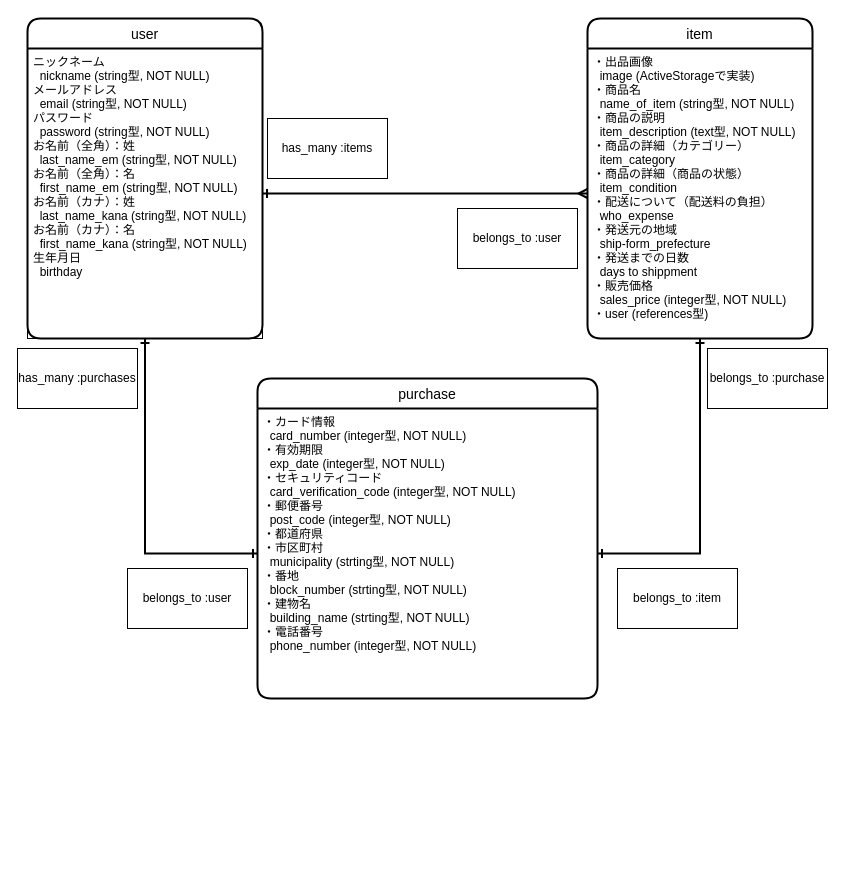
This is ER.dio from w8u8w/furima-33943, a draw.io file, before an edit. Source tidied: cells renumbered, new cells numbered last; positions are measured from the earlier drawing's top-left corner, leaving out a move shared by most shapes. Both pictures are drawn from the tidied source at 100%, with x=0, y=0 at pixel (17, 18).
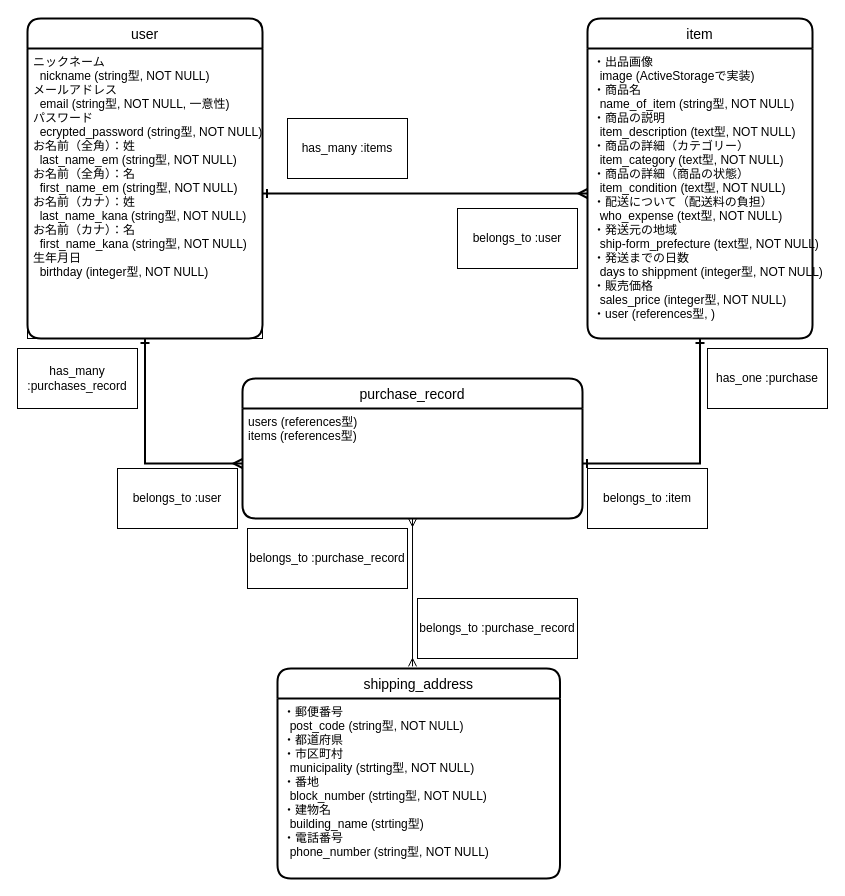
Above is the later version.

Commit message:
ER図におけるテーブルの見直し

The change refers to these unchanged cells:
```xml
<mxCell id="2" value="user" style="swimlane;horizontal=1;startSize=30;rounded=1;fontSize=14;fontStyle=0;strokeWidth=2;shadow=0;dashed=0;align=center;" parent="1" vertex="1">
  <mxGeometry x="10" width="235" height="320" as="geometry" />
</mxCell>
<mxCell id="4" value="item" style="swimlane;horizontal=1;startSize=30;rounded=1;fontSize=14;fontStyle=0;strokeWidth=2;shadow=0;dashed=0;align=center;" parent="1" vertex="1">
  <mxGeometry x="570" width="225" height="320" as="geometry" />
</mxCell>
```

The edit, as a diff of the source:
```diff
@@
-    <mxCell id="3" value="ニックネーム&#10;  nickname (string型, NOT NULL)&#10;メールアドレス&#10;  email (string型, NOT NULL)&#10;パスワード&#10;  password (string型, NOT NULL)&#10;お名前（全角）：姓&#10;  last_name_em (string型, NOT NULL)&#10;お名前（全角）：名&#10;  first_name_em (string型, NOT NULL)&#10;お名前（カナ）：姓&#10;  last_name_kana (string型, NOT NULL)&#10;お名前（カナ）：名&#10;  first_name_kana (string型, NOT NULL)&#10;生年月日&#10;  birthday" style="align=left;fillColor=none;spacingLeft=4;fontSize=12;verticalAlign=top;rounded=0;" parent="2" vertex="1">
+    <mxCell id="3" value="ニックネーム&#10;  nickname (string型, NOT NULL)&#10;メールアドレス&#10;  email (string型, NOT NULL, 一意性)&#10;パスワード&#10;  ecrypted_password (string型, NOT NULL)&#10;お名前（全角）：姓&#10;  last_name_em (string型, NOT NULL)&#10;お名前（全角）：名&#10;  first_name_em (string型, NOT NULL)&#10;お名前（カナ）：姓&#10;  last_name_kana (string型, NOT NULL)&#10;お名前（カナ）：名&#10;  first_name_kana (string型, NOT NULL)&#10;生年月日&#10;  birthday (integer型, NOT NULL)" style="align=left;fillColor=none;spacingLeft=4;fontSize=12;verticalAlign=top;rounded=0;" parent="2" vertex="1">
       <mxGeometry y="30" width="235" height="290" as="geometry" />
     </mxCell>
@@
-    <mxCell id="5" value="・出品画像&#10;  image (ActiveStorageで実装)&#10;・商品名&#10;  name_of_item (string型, NOT NULL)&#10;・商品の説明&#10;  item_description (text型, NOT NULL)&#10;・商品の詳細（カテゴリー）&#10;  item_category&#10;・商品の詳細（商品の状態）&#10;  item_condition&#10;・配送について（配送料の負担）&#10;  who_expense&#10;・発送元の地域&#10;  ship-form_prefecture&#10;・発送までの日数&#10;  days to shippment&#10;・販売価格&#10;  sales_price (integer型, NOT NULL)&#10;・user (references型)" style="align=left;strokeColor=none;fillColor=none;spacingLeft=4;fontSize=12;verticalAlign=top;" parent="4" vertex="1">
+    <mxCell id="5" value="・出品画像&#10;  image (ActiveStorageで実装)&#10;・商品名&#10;  name_of_item (string型, NOT NULL)&#10;・商品の説明&#10;  item_description (text型, NOT NULL)&#10;・商品の詳細（カテゴリー）&#10;  item_category (text型, NOT NULL)&#10;・商品の詳細（商品の状態）&#10;  item_condition (text型, NOT NULL)&#10;・配送について（配送料の負担）&#10;  who_expense (text型, NOT NULL)&#10;・発送元の地域&#10;  ship-form_prefecture (text型, NOT NULL)&#10;・発送までの日数&#10;  days to shippment (integer型, NOT NULL)&#10;・販売価格&#10;  sales_price (integer型, NOT NULL)&#10;・user (references型, )" style="align=left;strokeColor=none;fillColor=none;spacingLeft=4;fontSize=12;verticalAlign=top;" parent="4" vertex="1">
       <mxGeometry y="30" width="225" height="290" as="geometry" />
     </mxCell>
-    <mxCell id="6" style="rounded=0;jettySize=auto;html=1;exitX=0;exitY=0.5;exitDx=0;exitDy=0;entryX=0.5;entryY=1;entryDx=0;entryDy=0;startArrow=ERone;startFill=0;endArrow=ERone;endFill=0;strokeColor=#000000;strokeWidth=2;edgeStyle=orthogonalEdgeStyle;" parent="1" edge="1" source="9" target="3">
+    <mxCell id="6" style="rounded=0;jettySize=auto;html=1;exitX=0;exitY=0.5;exitDx=0;exitDy=0;entryX=0.5;entryY=1;entryDx=0;entryDy=0;startArrow=ERmany;startFill=0;endArrow=ERone;endFill=0;strokeColor=#000000;strokeWidth=2;edgeStyle=orthogonalEdgeStyle;" parent="1" edge="1" source="9" target="3">
       <mxGeometry relative="1" as="geometry" />
     </mxCell>
+    <mxCell id="20" style="edgeStyle=orthogonalEdgeStyle;rounded=0;jettySize=auto;html=1;entryX=0.478;entryY=-0.01;entryDx=0;entryDy=0;entryPerimeter=0;startArrow=ERmany;startFill=0;endArrow=ERmany;endFill=0;" parent="1" edge="1" source="7" target="22">
+      <mxGeometry relative="1" as="geometry" />
+    </mxCell>
-    <mxCell id="7" value="purchase" style="swimlane;horizontal=1;startSize=30;rounded=1;fontSize=14;fontStyle=0;strokeWidth=2;shadow=0;dashed=0;align=center;" parent="1" vertex="1">
-      <mxGeometry x="240" y="360" width="340" height="320" as="geometry" />
+    <mxCell id="7" value="purchase_record" style="swimlane;horizontal=1;startSize=30;rounded=1;fontSize=14;fontStyle=0;strokeWidth=2;shadow=0;dashed=0;align=center;" parent="1" vertex="1">
+      <mxGeometry x="225" y="360" width="340" height="140" as="geometry" />
     </mxCell>
@@
-    <mxCell id="9" value="・カード情報&#10;  card_number (integer型, NOT NULL)&#10;・有効期限&#10;  exp_date (integer型, NOT NULL)&#10;・セキュリティコード&#10;  card_verification_code (integer型, NOT NULL)&#10;・郵便番号&#10;  post_code (integer型, NOT NULL)&#10;・都道府県&#10;・市区町村&#10;  municipality (strting型, NOT NULL)&#10;・番地&#10;  block_number (strting型, NOT NULL)&#10;・建物名&#10;  building_name (strting型, NOT NULL)&#10;・電話番号&#10;  phone_number (integer型, NOT NULL)" style="align=left;strokeColor=none;fillColor=none;spacingLeft=4;fontSize=12;verticalAlign=top;" parent="7" vertex="1">
-      <mxGeometry y="30" width="340" height="290" as="geometry" />
+    <mxCell id="9" value="users (references型)&#10;items (references型)" style="align=left;strokeColor=none;fillColor=none;spacingLeft=4;fontSize=12;verticalAlign=top;" parent="7" vertex="1">
+      <mxGeometry y="30" width="340" height="110" as="geometry" />
     </mxCell>
@@
+    <mxCell id="21" style="edgeStyle=orthogonalEdgeStyle;rounded=0;orthogonalLoop=1;jettySize=auto;html=1;exitX=0.5;exitY=1;exitDx=0;exitDy=0;startArrow=ERmany;startFill=0;endArrow=ERmany;endFill=0;" parent="7" edge="1" source="9" target="9">
+      <mxGeometry relative="1" as="geometry" />
+    </mxCell>
@@
-    <mxCell id="14" value="has_many :purchases" style="rounded=0;whiteSpace=wrap;html=1;shadow=0;" parent="1" vertex="1">
+    <mxCell id="14" value="has_many :purchases_record" style="rounded=0;whiteSpace=wrap;html=1;shadow=0;" parent="1" vertex="1">
       <mxGeometry y="330" width="120" height="60" as="geometry" />
     </mxCell>
     <mxCell id="15" value="belongs_to :user" style="rounded=0;whiteSpace=wrap;html=1;shadow=0;" parent="1" vertex="1">
-      <mxGeometry x="110" y="550" width="120" height="60" as="geometry" />
+      <mxGeometry x="100" y="450" width="120" height="60" as="geometry" />
     </mxCell>
     <mxCell id="16" value="has_many :items" style="rounded=0;whiteSpace=wrap;html=1;shadow=0;" parent="1" vertex="1">
-      <mxGeometry x="250" y="100" width="120" height="60" as="geometry" />
+      <mxGeometry x="270" y="100" width="120" height="60" as="geometry" />
     </mxCell>
@@
     <mxCell id="18" value="belongs_to :item" style="rounded=0;whiteSpace=wrap;html=1;shadow=0;" parent="1" vertex="1">
-      <mxGeometry x="600" y="550" width="120" height="60" as="geometry" />
+      <mxGeometry x="570" y="450" width="120" height="60" as="geometry" />
     </mxCell>
-    <mxCell id="19" value="belongs_to :purchase" style="rounded=0;whiteSpace=wrap;html=1;shadow=0;" parent="1" vertex="1">
+    <mxCell id="19" value="has_one :purchase" style="rounded=0;whiteSpace=wrap;html=1;shadow=0;" parent="1" vertex="1">
       <mxGeometry x="690" y="330" width="120" height="60" as="geometry" />
     </mxCell>
+    <mxCell id="22" value="shipping_address" style="swimlane;horizontal=1;startSize=30;rounded=1;fontSize=14;fontStyle=0;strokeWidth=2;shadow=0;dashed=0;align=center;" parent="1" vertex="1">
+      <mxGeometry x="260" y="650" width="282.5" height="210" as="geometry" />
+    </mxCell>
+    <mxCell id="23" value="・郵便番号&#10;  post_code (string型, NOT NULL)&#10;・都道府県&#10;・市区町村&#10;  municipality (strting型, NOT NULL)&#10;・番地&#10;  block_number (strting型, NOT NULL)&#10;・建物名&#10;  building_name (strting型)&#10;・電話番号&#10;  phone_number (string型, NOT NULL)" style="align=left;strokeColor=none;fillColor=none;spacingLeft=4;fontSize=12;verticalAlign=top;" parent="22" vertex="1">
+      <mxGeometry y="30" width="282.5" height="180" as="geometry" />
+    </mxCell>
+    <mxCell id="24" value="belongs_to :purchase_record" style="rounded=0;whiteSpace=wrap;html=1;" parent="1" vertex="1">
+      <mxGeometry x="400" y="580" width="160" height="60" as="geometry" />
+    </mxCell>
+    <mxCell id="25" value="belongs_to :purchase_record" style="rounded=0;whiteSpace=wrap;html=1;" parent="1" vertex="1">
+      <mxGeometry x="230" y="510" width="160" height="60" as="geometry" />
+    </mxCell>
```
